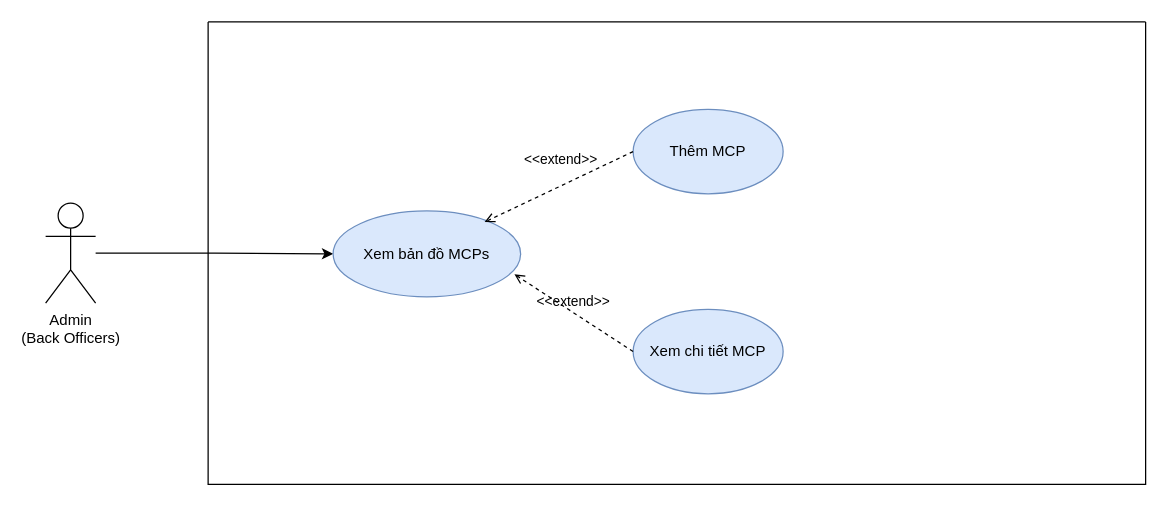
Earlier version of the draw.io diagram Task 1/1.3/Manage-Vehicles-and-MCPs.drawio (astr0tas/SE-with-Da-Bois---UWC-2.0). Source tidied: cells renumbered, new cells numbered last; positions are measured from the earlier drawing's top-left corner, leaving out a move shared by most shapes. Both pictures are drawn from the tidied source at 125%, with x=0, y=0 at pixel (45, 21).
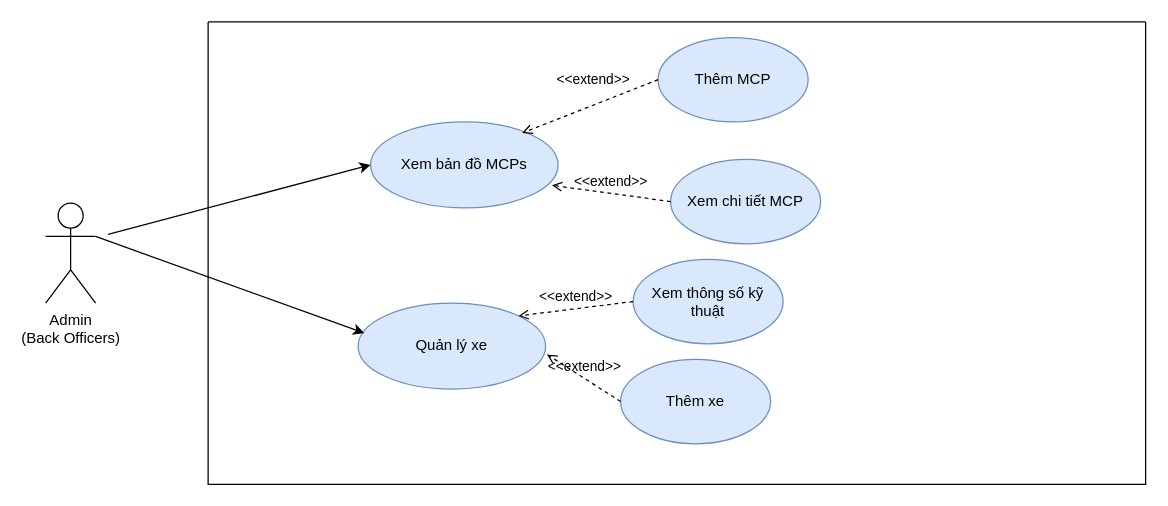
After the change.

What changed in the source:
```diff
@@
 <mxGraphModel>
   <root>
     <mxCell id="0" />
     <mxCell id="1" parent="0" />
-    <mxCell id="2" style="edgeStyle=orthogonalEdgeStyle;rounded=0;jettySize=auto;html=1;entryX=0;entryY=0.5;entryDx=0;entryDy=0;" parent="1" edge="1" source="3" target="5">
-      <mxGeometry relative="1" as="geometry" />
-    </mxCell>
     <mxCell id="3" value="Admin&lt;br&gt;(Back Officers)" style="shape=umlActor;verticalLabelPosition=bottom;verticalAlign=top;html=1;" parent="1" vertex="1">
       <mxGeometry y="145" width="40" height="80" as="geometry" />
     </mxCell>
     <mxCell id="4" style="swimlane;startSize=0;" parent="1" vertex="1">
       <mxGeometry x="130" width="750" height="370" as="geometry" />
     </mxCell>
     <mxCell id="5" value="Xem bản đồ MCPs" style="ellipse;whiteSpace=wrap;html=1;fillColor=#dae8fc;strokeColor=#6c8ebf;" parent="4" vertex="1">
-      <mxGeometry x="100" y="151.2" width="150" height="68.8" as="geometry" />
+      <mxGeometry x="130" y="80" width="150" height="68.8" as="geometry" />
     </mxCell>
     <mxCell id="6" value="Thêm MCP" style="ellipse;whiteSpace=wrap;html=1;fillColor=#dae8fc;strokeColor=#6c8ebf;" parent="4" vertex="1">
-      <mxGeometry x="340" y="70" width="120" height="67.5" as="geometry" />
+      <mxGeometry x="360" y="12.5" width="120" height="67.5" as="geometry" />
     </mxCell>
     <mxCell id="7" value="&amp;lt;&amp;lt;extend&amp;gt;&amp;gt;" style="html=1;verticalAlign=bottom;labelBackgroundColor=none;endArrow=open;endFill=0;dashed=1;exitX=0;exitY=0.5;exitDx=0;exitDy=0;entryX=0.808;entryY=0.13;entryDx=0;entryDy=0;entryPerimeter=0;" parent="4" edge="1" source="6" target="5">
       <mxGeometry x="-0.11" y="-11" relative="1" as="geometry" />
     </mxCell>
     <mxCell id="8" value="Xem chi tiết MCP" style="ellipse;whiteSpace=wrap;html=1;fillColor=#dae8fc;strokeColor=#6c8ebf;" parent="4" vertex="1">
-      <mxGeometry x="340" y="230" width="120" height="67.5" as="geometry" />
+      <mxGeometry x="370" y="110" width="120" height="67.5" as="geometry" />
     </mxCell>
     <mxCell id="9" value="&amp;lt;&amp;lt;extend&amp;gt;&amp;gt;" style="html=1;verticalAlign=bottom;labelBackgroundColor=none;endArrow=open;endFill=0;dashed=1;exitX=0;exitY=0.5;exitDx=0;exitDy=0;entryX=0.967;entryY=0.737;entryDx=0;entryDy=0;entryPerimeter=0;" parent="4" edge="1" source="8" target="5">
       <mxGeometry relative="1" as="geometry" />
     </mxCell>
+    <mxCell id="10" value="Quản lý xe" style="ellipse;whiteSpace=wrap;html=1;fillColor=#dae8fc;strokeColor=#6c8ebf;" parent="4" vertex="1">
+      <mxGeometry x="120" y="225" width="150" height="68.8" as="geometry" />
+    </mxCell>
+    <mxCell id="11" value="Xem thông số kỹ thuật" style="ellipse;whiteSpace=wrap;html=1;fillColor=#dae8fc;strokeColor=#6c8ebf;" parent="4" vertex="1">
+      <mxGeometry x="340" y="190" width="120" height="67.5" as="geometry" />
+    </mxCell>
+    <mxCell id="12" value="Thêm xe" style="ellipse;whiteSpace=wrap;html=1;fillColor=#dae8fc;strokeColor=#6c8ebf;" parent="4" vertex="1">
+      <mxGeometry x="330" y="270" width="120" height="67.5" as="geometry" />
+    </mxCell>
+    <mxCell id="13" value="&amp;lt;&amp;lt;extend&amp;gt;&amp;gt;" style="html=1;verticalAlign=bottom;labelBackgroundColor=none;endArrow=open;endFill=0;dashed=1;exitX=0;exitY=0.5;exitDx=0;exitDy=0;entryX=1;entryY=0;entryDx=0;entryDy=0;" parent="4" edge="1" source="11" target="10">
+      <mxGeometry relative="1" as="geometry" />
+    </mxCell>
+    <mxCell id="14" value="&amp;lt;&amp;lt;extend&amp;gt;&amp;gt;" style="html=1;verticalAlign=bottom;labelBackgroundColor=none;endArrow=open;endFill=0;dashed=1;exitX=0;exitY=0.5;exitDx=0;exitDy=0;entryX=1.007;entryY=0.596;entryDx=0;entryDy=0;entryPerimeter=0;" parent="4" edge="1" source="12" target="10">
+      <mxGeometry relative="1" as="geometry" />
+    </mxCell>
+    <mxCell id="15" style="endArrow=classic;html=1;rounded=0;entryX=0;entryY=0.5;entryDx=0;entryDy=0;" parent="1" edge="1" target="5">
+      <mxGeometry relative="1" as="geometry">
+        <mxPoint x="50" y="170" as="sourcePoint" />
+      </mxGeometry>
+    </mxCell>
+    <mxCell id="16" style="endArrow=classic;html=1;rounded=0;entryX=0.033;entryY=0.349;entryDx=0;entryDy=0;exitX=1;exitY=0.3333333333333333;exitDx=0;exitDy=0;exitPerimeter=0;entryPerimeter=0;" parent="1" edge="1" source="3" target="10">
+      <mxGeometry relative="1" as="geometry" />
+    </mxCell>
   </root>
 </mxGraphModel>
```
